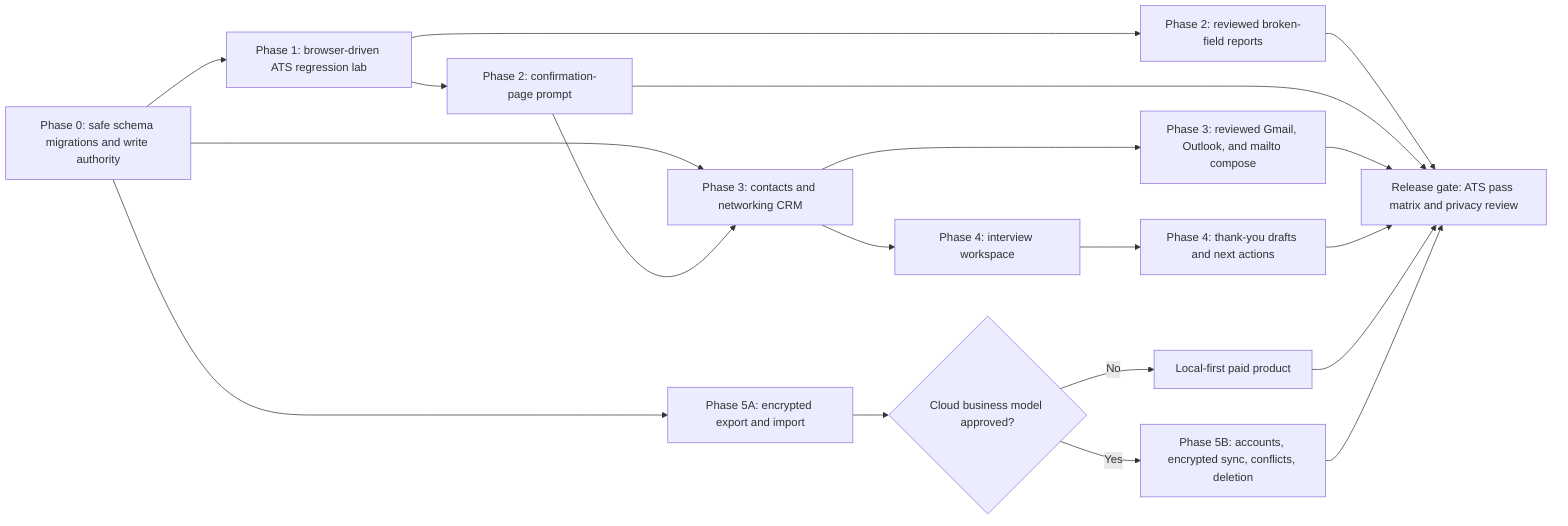
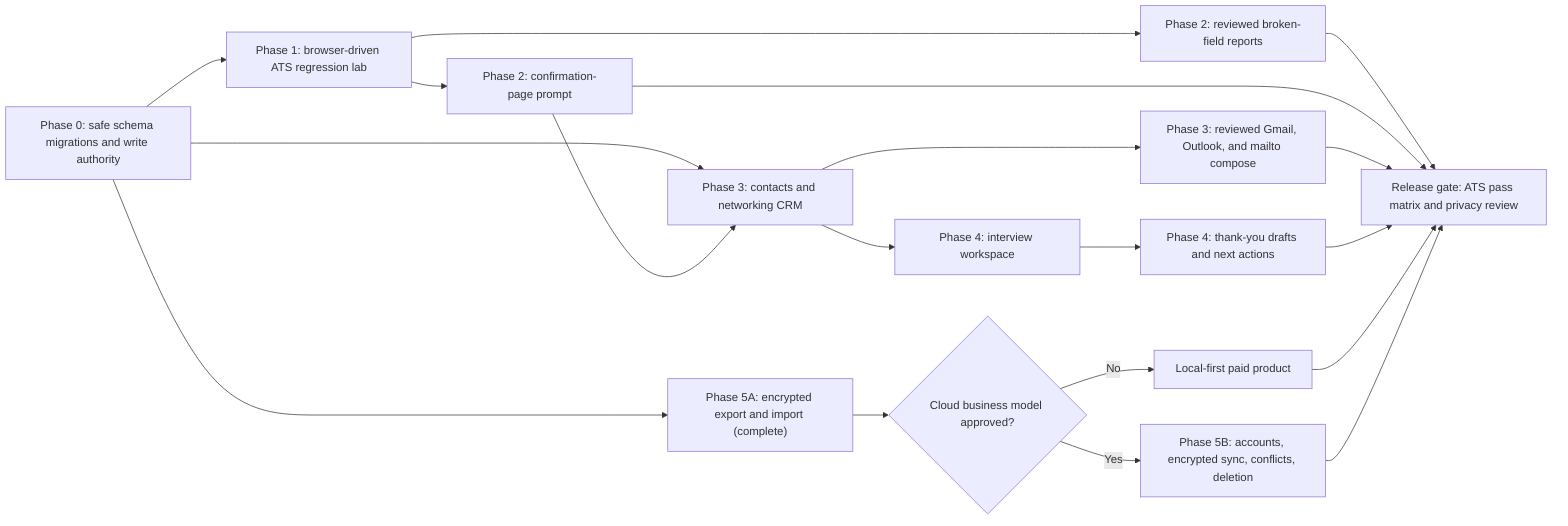
flowchart LR
  A["Phase 0: safe schema migrations and write authority"] --> B["Phase 1: browser-driven ATS regression lab"]
  B --> C["Phase 2: reviewed broken-field reports"]
  B --> D["Phase 2: confirmation-page prompt"]
  A --> E["Phase 3: contacts and networking CRM"]
  D --> E
  E --> F["Phase 3: reviewed Gmail, Outlook, and mailto compose"]
  E --> G["Phase 4: interview workspace"]
  G --> H["Phase 4: thank-you drafts and next actions"]
-   A --> I["Phase 5A: encrypted export and import"]
+   A --> I["Phase 5A: encrypted export and import (complete)"]
  I --> J{"Cloud business model approved?"}
  J -->|"No"| K["Local-first paid product"]
  J -->|"Yes"| L["Phase 5B: accounts, encrypted sync, conflicts, deletion"]
  C --> M["Release gate: ATS pass matrix and privacy review"]
  D --> M
  F --> M
  H --> M
  K --> M
  L --> M
